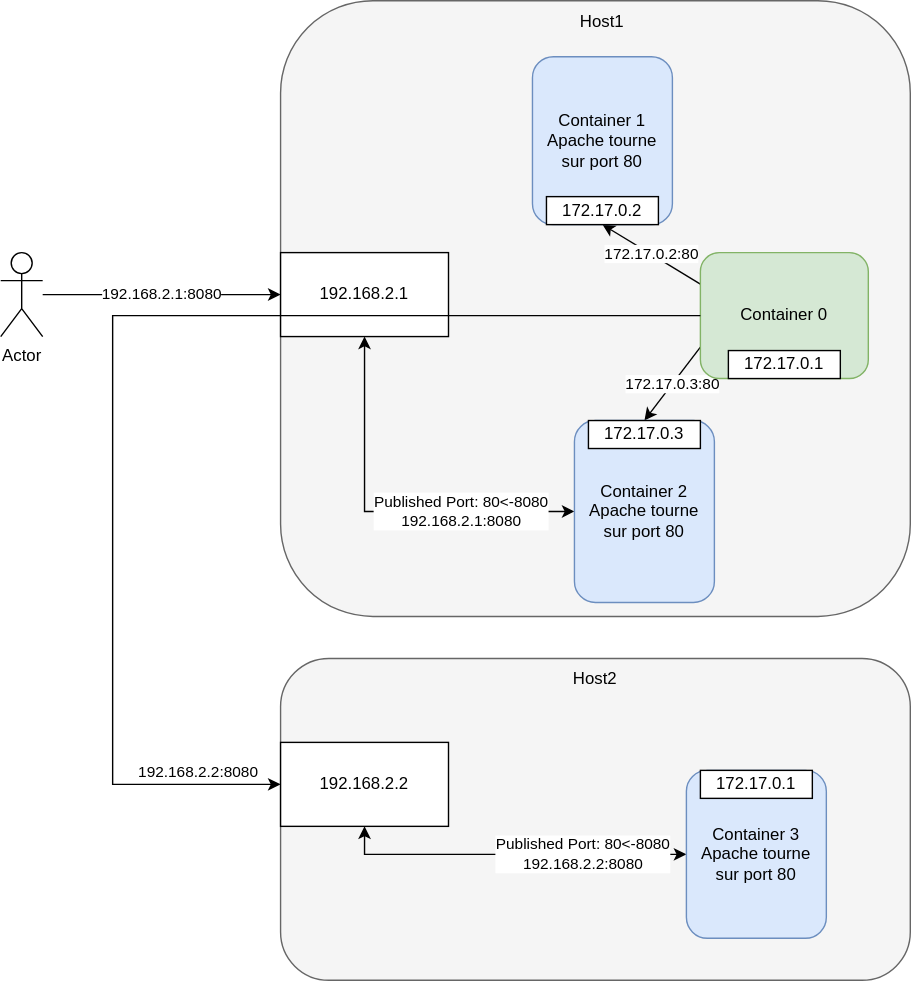
This is images/docker-portmapping.drawio.svg from obeyler/Formation-K8S, a draw.io export, as it was before one commit. Source tidied: cells renumbered, new cells last; positions are measured from the earlier drawing's top-left corner, leaving out a move shared by most shapes.
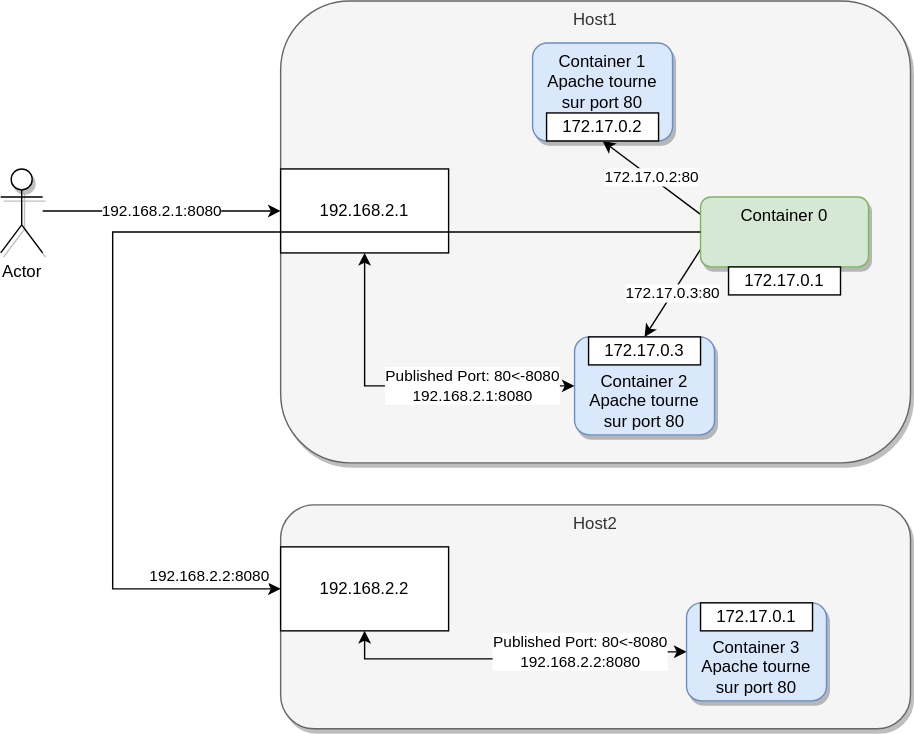
The same file after the commit.

What changed in the source:
```diff
@@ -2,14 +2,14 @@
   <root>
     <mxCell id="0" />
     <mxCell id="1" parent="0" />
-    <mxCell id="2" style="rounded=1;whiteSpace=wrap;html=1;fillColor=#f5f5f5;strokeColor=#666666;fontColor=#333333;" parent="1" vertex="1">
-      <mxGeometry x="200" width="450" height="440" as="geometry" />
+    <mxCell id="2" value="Host1" style="rounded=1;whiteSpace=wrap;html=1;fillColor=#f5f5f5;strokeColor=#666666;fontColor=#333333;shadow=1;verticalAlign=top;" parent="1" vertex="1">
+      <mxGeometry x="200" y="60" width="450" height="330" as="geometry" />
     </mxCell>
     <mxCell id="3" value="172.17.0.2:80" style="rounded=0;jettySize=auto;html=1;exitX=0.5;exitY=1;exitDx=0;exitDy=0;entryX=0;entryY=0.25;entryDx=0;entryDy=0;startArrow=classic;startFill=1;endArrow=none;endFill=0;" parent="1" edge="1" source="4" target="7">
       <mxGeometry relative="1" as="geometry" />
     </mxCell>
-    <mxCell id="4" value="Container 1&lt;br&gt;Apache tourne sur port 80" style="rounded=1;whiteSpace=wrap;html=1;fillColor=#dae8fc;strokeColor=#6c8ebf;" parent="1" vertex="1">
-      <mxGeometry x="380" y="40" width="100" height="120" as="geometry" />
+    <mxCell id="4" value="Container 1&lt;br&gt;Apache tourne sur port 80" style="rounded=1;whiteSpace=wrap;html=1;fillColor=#dae8fc;strokeColor=#6c8ebf;shadow=1;verticalAlign=top;" parent="1" vertex="1">
+      <mxGeometry x="380" y="90" width="100" height="70" as="geometry" />
     </mxCell>
     <mxCell id="5" value="172.17.0.2" style="rounded=0;whiteSpace=wrap;html=1;" parent="1" vertex="1">
       <mxGeometry x="390" y="140" width="80" height="20" as="geometry" />
@@ -17,8 +17,8 @@
     <mxCell id="6" value="172.17.0.3:80" style="edgeStyle=none;rounded=0;jettySize=auto;html=1;entryX=0;entryY=0.75;entryDx=0;entryDy=0;startArrow=classic;startFill=1;exitX=0.5;exitY=0;exitDx=0;exitDy=0;endArrow=none;endFill=0;" parent="1" edge="1" source="22" target="7">
       <mxGeometry relative="1" as="geometry" />
     </mxCell>
-    <mxCell id="7" value="Container 0&lt;br&gt;" style="rounded=1;whiteSpace=wrap;html=1;fillColor=#d5e8d4;strokeColor=#82b366;" parent="1" vertex="1">
-      <mxGeometry x="500" y="180" width="120" height="90" as="geometry" />
+    <mxCell id="7" value="Container 0&lt;br&gt;" style="rounded=1;whiteSpace=wrap;html=1;fillColor=#d5e8d4;strokeColor=#82b366;shadow=1;verticalAlign=top;" parent="1" vertex="1">
+      <mxGeometry x="500" y="200" width="120" height="50" as="geometry" />
     </mxCell>
     <mxCell id="8" value="172.17.0.1" style="rounded=0;whiteSpace=wrap;html=1;" parent="1" vertex="1">
       <mxGeometry x="520" y="250" width="80" height="20" as="geometry" />
@@ -32,29 +32,23 @@
     <mxCell id="11" value="192.168.2.1:8080" style="edgeStyle=none;rounded=0;jettySize=auto;html=1;entryX=0;entryY=0.5;entryDx=0;entryDy=0;startArrow=none;startFill=0;" parent="1" edge="1" source="12" target="10">
       <mxGeometry relative="1" as="geometry" />
     </mxCell>
-    <mxCell id="12" value="Actor" style="shape=umlActor;verticalLabelPosition=bottom;verticalAlign=top;html=1;outlineConnect=0;" parent="1" vertex="1">
+    <mxCell id="12" value="Actor" style="shape=umlActor;verticalLabelPosition=bottom;verticalAlign=top;html=1;outlineConnect=0;shadow=1;" parent="1" vertex="1">
       <mxGeometry y="180" width="30" height="60" as="geometry" />
     </mxCell>
-    <mxCell id="13" value="Host1" style="text;html=1;strokeColor=none;fillColor=none;align=center;verticalAlign=middle;whiteSpace=wrap;rounded=0;" parent="1" vertex="1">
-      <mxGeometry x="400" width="60" height="30" as="geometry" />
-    </mxCell>
-    <mxCell id="14" style="rounded=1;whiteSpace=wrap;html=1;fillColor=#f5f5f5;strokeColor=#666666;fontColor=#333333;" parent="1" vertex="1">
-      <mxGeometry x="200" y="470" width="450" height="230" as="geometry" />
+    <mxCell id="14" value="Host2" style="rounded=1;whiteSpace=wrap;html=1;fillColor=#f5f5f5;strokeColor=#666666;fontColor=#333333;shadow=1;verticalAlign=top;" parent="1" vertex="1">
+      <mxGeometry x="200" y="420" width="450" height="160" as="geometry" />
     </mxCell>
     <mxCell id="15" value="Published Port: 80&amp;lt;-8080&lt;br&gt;192.168.2.2:8080" style="edgeStyle=orthogonalEdgeStyle;rounded=0;jettySize=auto;html=1;entryX=0;entryY=0.5;entryDx=0;entryDy=0;startArrow=classic;startFill=1;exitX=0.5;exitY=1;exitDx=0;exitDy=0;" parent="1" edge="1" source="16" target="23">
       <mxGeometry x="0.41" relative="1" as="geometry" />
     </mxCell>
     <mxCell id="16" value="192.168.2.2" style="rounded=0;whiteSpace=wrap;html=1;" parent="1" vertex="1">
-      <mxGeometry x="200" y="530" width="120" height="60" as="geometry" />
+      <mxGeometry x="200" y="450" width="120" height="60" as="geometry" />
     </mxCell>
-    <mxCell id="17" value="Host2" style="text;html=1;strokeColor=none;fillColor=none;align=center;verticalAlign=middle;whiteSpace=wrap;rounded=0;" parent="1" vertex="1">
-      <mxGeometry x="395" y="470" width="60" height="30" as="geometry" />
-    </mxCell>
     <mxCell id="18" style="edgeStyle=orthogonalEdgeStyle;rounded=0;jettySize=auto;html=1;entryX=0;entryY=0.5;entryDx=0;entryDy=0;startArrow=none;startFill=0;" parent="1" edge="1" source="7" target="16">
       <mxGeometry relative="1" as="geometry">
         <Array as="points">
           <mxPoint x="80" y="225" />
-          <mxPoint x="80" y="560" />
+          <mxPoint x="80" y="480" />
         </Array>
       </mxGeometry>
     </mxCell>
@@ -63,8 +57,8 @@
         <mxPoint x="27" y="-11" as="offset" />
       </mxGeometry>
     </mxCell>
-    <mxCell id="20" value="Container 2&lt;br&gt;Apache tourne sur port 80" style="rounded=1;whiteSpace=wrap;html=1;fillColor=#dae8fc;strokeColor=#6c8ebf;" parent="1" vertex="1">
-      <mxGeometry x="410" y="300" width="100" height="130" as="geometry" />
+    <mxCell id="20" value="Container 2&lt;br&gt;Apache tourne sur port 80" style="rounded=1;whiteSpace=wrap;html=1;fillColor=#dae8fc;strokeColor=#6c8ebf;shadow=1;verticalAlign=bottom;" parent="1" vertex="1">
+      <mxGeometry x="410" y="300" width="100" height="70" as="geometry" />
     </mxCell>
     <mxCell id="21" style="group;" parent="1" vertex="1">
       <mxGeometry x="410" y="300" width="100" height="120" as="geometry" />
@@ -72,11 +66,11 @@
     <mxCell id="22" value="172.17.0.3" style="rounded=0;whiteSpace=wrap;html=1;" parent="21" vertex="1">
       <mxGeometry x="10" width="80" height="20" as="geometry" />
     </mxCell>
-    <mxCell id="23" value="Container 3&lt;br&gt;Apache tourne sur port 80" style="rounded=1;whiteSpace=wrap;html=1;fillColor=#dae8fc;strokeColor=#6c8ebf;" parent="1" vertex="1">
-      <mxGeometry x="490" y="550" width="100" height="120" as="geometry" />
+    <mxCell id="23" value="Container 3&lt;br&gt;Apache tourne sur port 80" style="rounded=1;whiteSpace=wrap;html=1;fillColor=#dae8fc;strokeColor=#6c8ebf;shadow=1;verticalAlign=bottom;" parent="1" vertex="1">
+      <mxGeometry x="490" y="490" width="100" height="70" as="geometry" />
     </mxCell>
     <mxCell id="24" value="172.17.0.1" style="rounded=0;whiteSpace=wrap;html=1;" parent="1" vertex="1">
-      <mxGeometry x="500" y="550" width="80" height="20" as="geometry" />
+      <mxGeometry x="500" y="490" width="80" height="20" as="geometry" />
     </mxCell>
   </root>
 </mxGraphModel>
```
